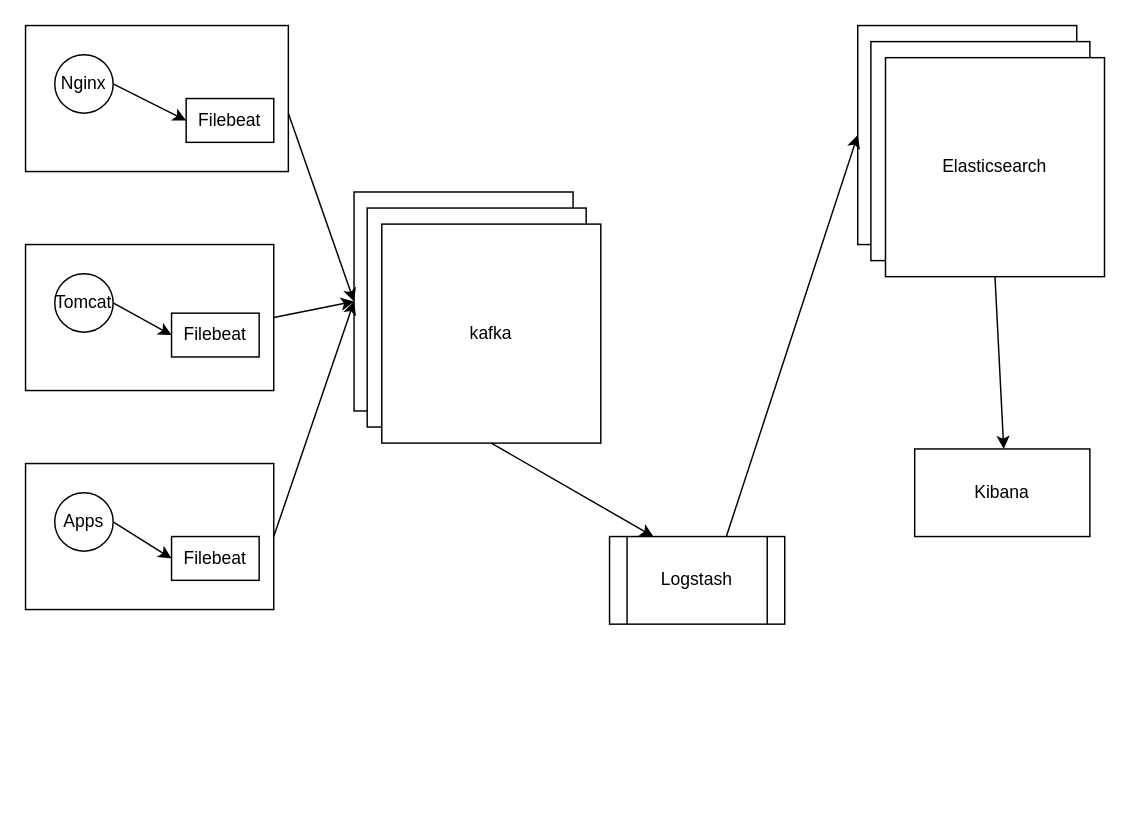
The draw.io diagram page "ELK常用架构" (2 of 3) of doc/PM/kLog/kLog.drawio in buckyos/buckyos, before the edit. Source tidied: cells renumbered, new cells numbered last; positions are measured from the earlier drawing's top-left corner, leaving out a move shared by most shapes. Both pictures are drawn from the tidied source at 146%, with x=0, y=0 at pixel (25, 25).
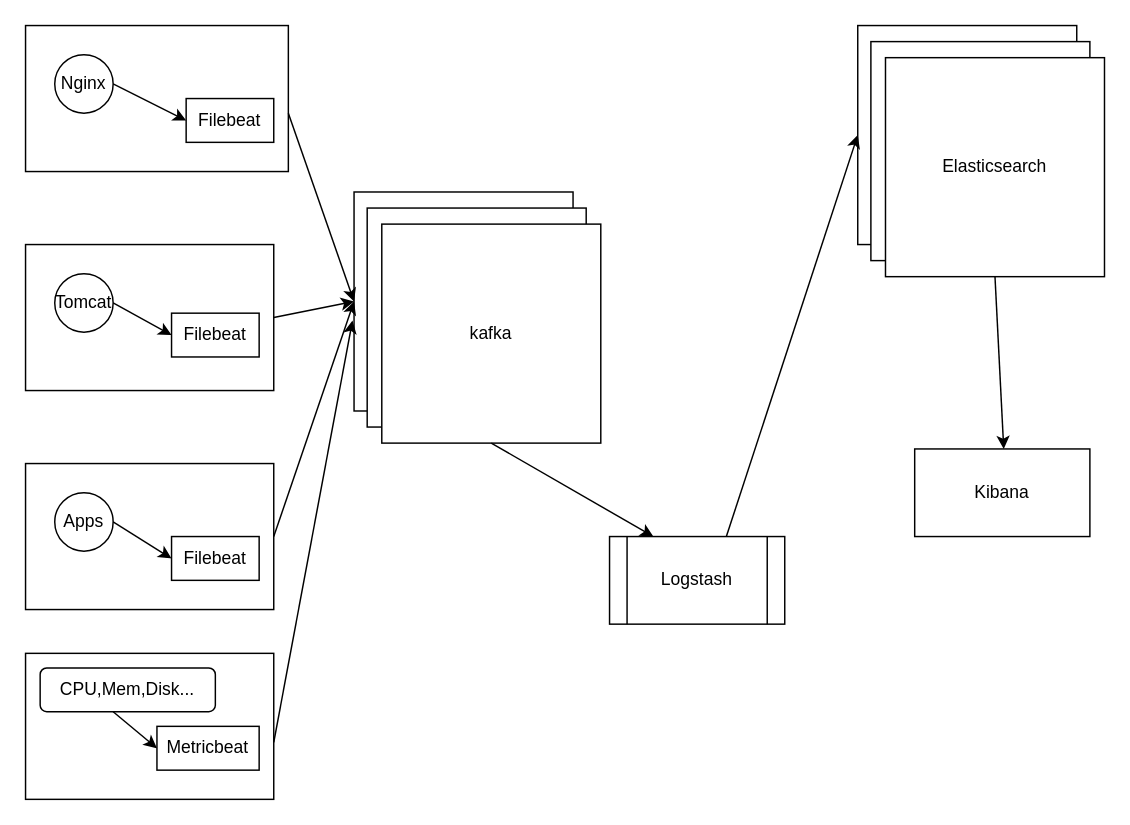
Above is the later version.

The change refers to these unchanged cells:
```xml
<mxCell id="14" style="whiteSpace=wrap;html=1;" parent="1" vertex="1">
  <mxGeometry x="225" y="114" width="150" height="150" as="geometry" />
</mxCell>
```

Diff of the diagram source:
```diff
@@
+    <mxCell id="28" style="rounded=0;whiteSpace=wrap;html=1;" parent="1" vertex="1">
+      <mxGeometry y="430" width="170" height="100" as="geometry" />
+    </mxCell>
+    <mxCell id="29" value="Metricbeat" style="rounded=0;whiteSpace=wrap;html=1;" parent="1" vertex="1">
+      <mxGeometry x="90" y="480" width="70" height="30" as="geometry" />
+    </mxCell>
+    <mxCell id="30" style="endArrow=classic;html=1;rounded=0;entryX=0;entryY=0.5;entryDx=0;entryDy=0;" parent="1" edge="1" target="29">
+      <mxGeometry relative="1" as="geometry">
+        <mxPoint x="60" y="470" as="sourcePoint" />
+      </mxGeometry>
+    </mxCell>
+    <mxCell id="31" value="CPU,Mem,Disk..." style="rounded=1;whiteSpace=wrap;html=1;" parent="1" vertex="1">
+      <mxGeometry x="10" y="440" width="120" height="30" as="geometry" />
+    </mxCell>
+    <mxCell id="32" style="endArrow=classic;html=1;rounded=0;entryX=-0.007;entryY=0.587;entryDx=0;entryDy=0;exitX=1;exitY=0.5;exitDx=0;exitDy=0;entryPerimeter=0;" parent="1" edge="1" target="14">
+      <mxGeometry relative="1" as="geometry">
+        <mxPoint x="170" y="491" as="sourcePoint" />
+      </mxGeometry>
+    </mxCell>
```
